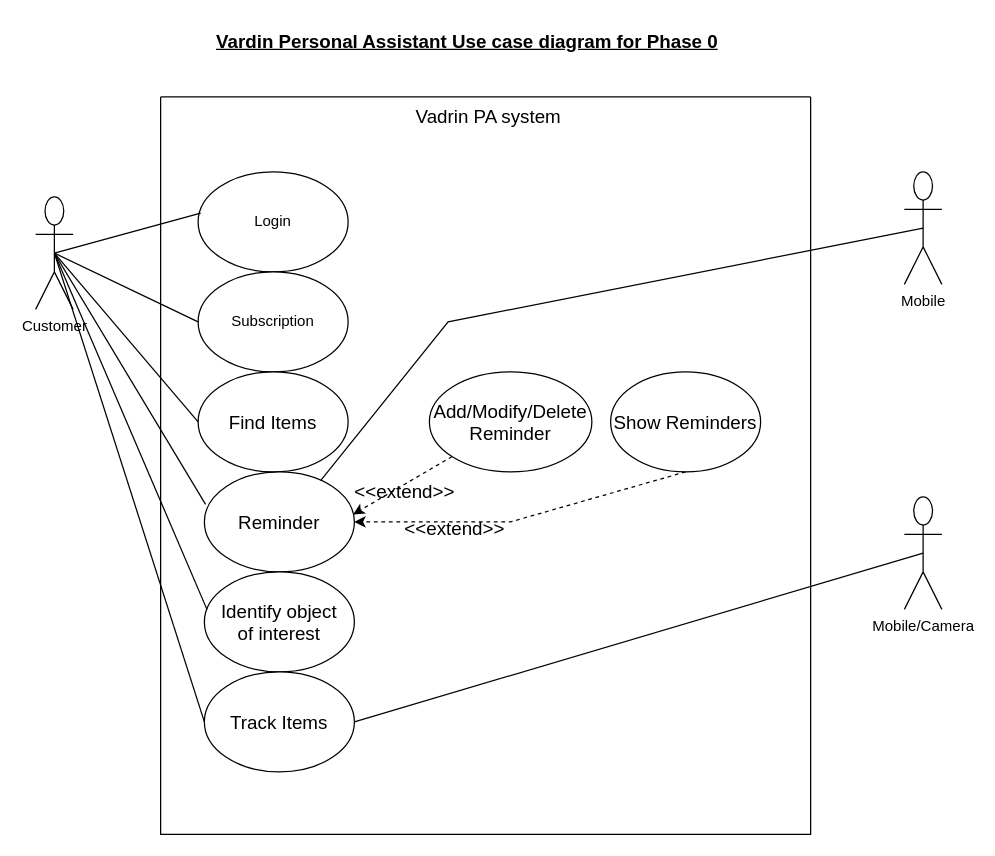
The draw.io diagram Solution Architecture/Use case diagram phase 0.drawio in gv-prashanth/personal-assistant, before the edit. Source tidied: cells renumbered, new cells numbered last; positions are measured from the earlier drawing's top-left corner, leaving out a move shared by most shapes. Both pictures are drawn from the tidied source at 125%, with x=0, y=0 at pixel (35, 21).
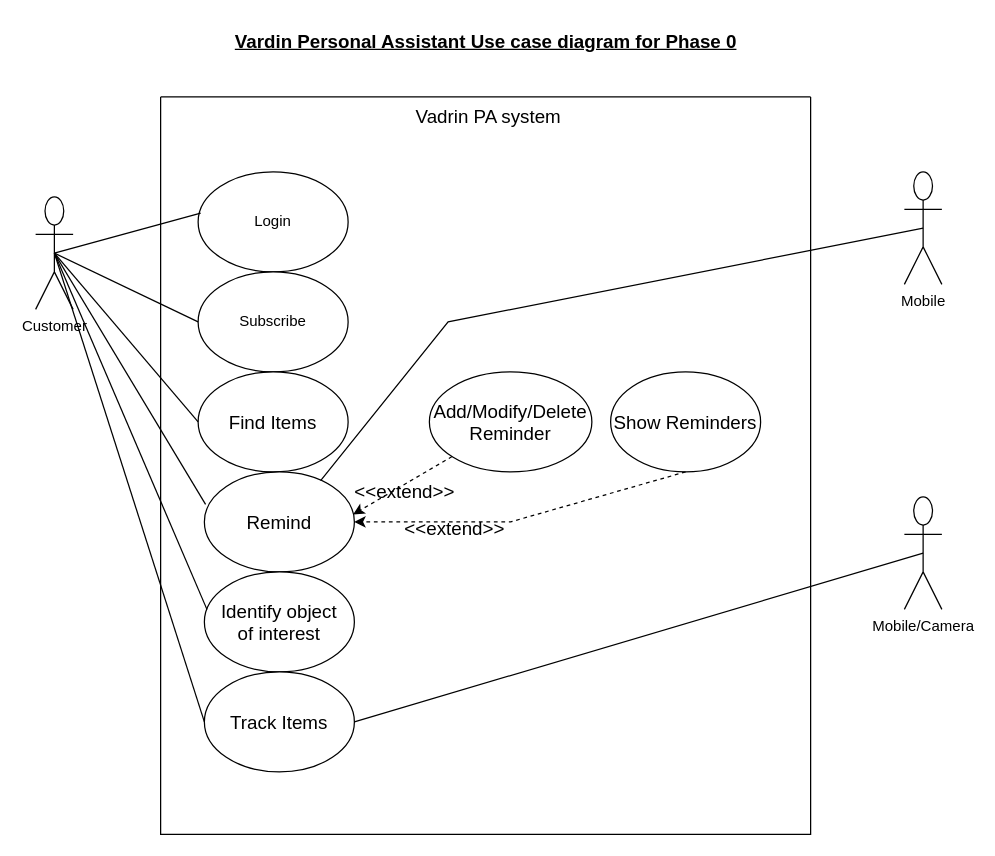
The same diagram, later.

Commit message (it also covers changes not shown here):
Removed temp files and usecase diagram updated with verbs

The change refers to these unchanged cells:
```xml
<mxCell id="2" style="swimlane;startSize=0;" parent="1" vertex="1">
  <mxGeometry x="100" y="60" width="520" height="590" as="geometry" />
</mxCell>
```

The edit, as a diff of the source:
```diff
@@
-    <mxCell id="4" value="Subscription" style="ellipse;whiteSpace=wrap;html=1;" parent="2" vertex="1">
+    <mxCell id="4" value="Subscribe" style="ellipse;whiteSpace=wrap;html=1;" parent="2" vertex="1">
       <mxGeometry x="30" y="140" width="120" height="80" as="geometry" />
     </mxCell>
@@
-    <mxCell id="6" value="Reminder" style="ellipse;whiteSpace=wrap;html=1;fontSize=15;" parent="2" vertex="1">
+    <mxCell id="6" value="Remind" style="ellipse;whiteSpace=wrap;html=1;fontSize=15;" parent="2" vertex="1">
       <mxGeometry x="35" y="300" width="120" height="80" as="geometry" />
     </mxCell>
@@
     <mxCell id="25" value="Vardin Personal Assistant Use case diagram for Phase 0" style="text;html=1;align=center;verticalAlign=middle;strokeColor=none;fillColor=none;fontSize=15;fontStyle=5;" parent="1" vertex="1">
-      <mxGeometry x="135" width="420" height="30" as="geometry" />
+      <mxGeometry x="150" width="420" height="30" as="geometry" />
     </mxCell>
```
